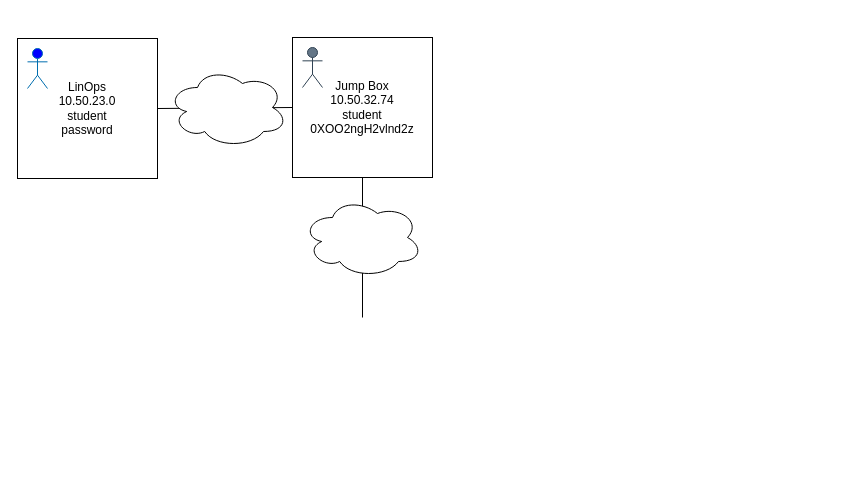
Earlier version of the draw.io diagram page "Page-3" (3 of 5) of Security/Vacca/Security Map.drawio (TheWaltuh/COSC-Notes). Source tidied: cells renumbered, new cells numbered last; positions are measured from the earlier drawing's top-left corner, leaving out a move shared by most shapes. Both pictures are drawn from the tidied source at 100%, with x=0, y=0 at pixel (17, 37).
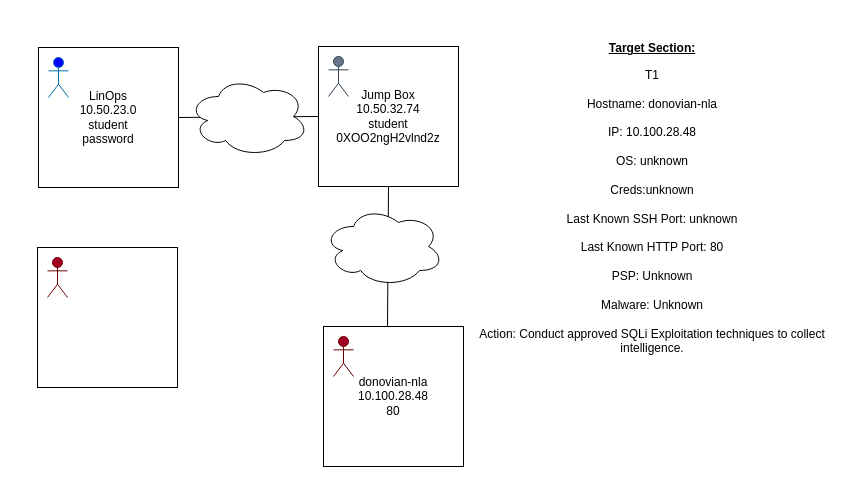
After the change.

Unchanged cells that the change refers to:
```xml
<mxCell id="3" value="&lt;div&gt;LinOps&lt;/div&gt;&lt;div&gt;10.50.23.0&lt;br&gt;&lt;/div&gt;&lt;div&gt;student&lt;/div&gt;&lt;div&gt;password&lt;br&gt;&lt;/div&gt;" style="whiteSpace=wrap;html=1;" parent="2" vertex="1">
  <mxGeometry width="140" height="140" as="geometry" />
</mxCell>
<mxCell id="6" value="&lt;div&gt;Jump Box&lt;br&gt;&lt;/div&gt;&lt;div&gt;10.50.32.74&lt;br&gt;&lt;/div&gt;&lt;div&gt;student&lt;/div&gt;&lt;div&gt;0XOO2ngH2vlnd2z&lt;br&gt;&lt;/div&gt;" style="whiteSpace=wrap;html=1;" parent="5" vertex="1">
  <mxGeometry width="140" height="140" as="geometry" />
</mxCell>
```

Diff of the diagram source:
```diff
@@
+    <mxCell id="12" style="group;" parent="1" vertex="1">
+      <mxGeometry x="21" y="9" width="415" height="280" as="geometry" />
+    </mxCell>
-    <mxCell id="2" style="group;" parent="1" vertex="1">
+    <mxCell id="2" style="group;" parent="12" vertex="1">
       <mxGeometry y="1" width="140" height="140" as="geometry" />
     </mxCell>
@@
-    <mxCell id="5" style="group;" parent="1" vertex="1">
-      <mxGeometry x="275" width="140" height="140" as="geometry" />
+    <mxCell id="5" style="group;" parent="12" vertex="1">
+      <mxGeometry x="280" width="140" height="140" as="geometry" />
     </mxCell>
@@
-    <mxCell id="8" style="endArrow=none;html=1;rounded=0;entryX=0;entryY=0.5;entryDx=0;entryDy=0;exitX=1;exitY=0.5;exitDx=0;exitDy=0;" parent="1" edge="1" source="3" target="6">
+    <mxCell id="8" style="endArrow=none;html=1;rounded=0;entryX=0;entryY=0.5;entryDx=0;entryDy=0;exitX=1;exitY=0.5;exitDx=0;exitDy=0;" parent="12" edge="1" source="3" target="6">
       <mxGeometry relative="1" as="geometry" />
     </mxCell>
-    <mxCell id="9" style="ellipse;shape=cloud;whiteSpace=wrap;html=1;" parent="1" vertex="1">
+    <mxCell id="9" style="ellipse;shape=cloud;whiteSpace=wrap;html=1;" parent="12" vertex="1">
       <mxGeometry x="150" y="30" width="120" height="80" as="geometry" />
     </mxCell>
-    <mxCell id="10" style="endArrow=none;html=1;rounded=0;entryX=0.5;entryY=1;entryDx=0;entryDy=0;" parent="1" edge="1" target="6">
+    <mxCell id="10" style="endArrow=none;html=1;rounded=0;entryX=0.5;entryY=1;entryDx=0;entryDy=0;" parent="12" edge="1" target="6">
       <mxGeometry relative="1" as="geometry">
-        <mxPoint x="345" y="280" as="sourcePoint" />
+        <mxPoint x="349" y="281" as="sourcePoint" />
       </mxGeometry>
     </mxCell>
-    <mxCell id="11" style="ellipse;shape=cloud;whiteSpace=wrap;html=1;" parent="1" vertex="1">
+    <mxCell id="11" style="ellipse;shape=cloud;whiteSpace=wrap;html=1;" parent="12" vertex="1">
       <mxGeometry x="285" y="160" width="120" height="80" as="geometry" />
     </mxCell>
+    <mxCell id="13" style="group;" parent="1" vertex="1">
+      <mxGeometry x="306" y="289" width="140" height="140" as="geometry" />
+    </mxCell>
+    <mxCell id="14" value="&lt;div&gt;donovian-nla&lt;/div&gt;&lt;div&gt;10.100.28.48&lt;br&gt;&lt;/div&gt;&lt;div&gt;80&lt;br&gt;&lt;/div&gt;" style="whiteSpace=wrap;html=1;" parent="13" vertex="1">
+      <mxGeometry width="140" height="140" as="geometry" />
+    </mxCell>
+    <mxCell id="15" style="shape=umlActor;verticalLabelPosition=bottom;verticalAlign=top;html=1;fillColor=#a20025;fontColor=#ffffff;strokeColor=#6F0000;" parent="13" vertex="1">
+      <mxGeometry x="10" y="10" width="20" height="40" as="geometry" />
+    </mxCell>
+    <mxCell id="16" style="group;" parent="1" vertex="1">
+      <mxGeometry x="20" y="210" width="140" height="140" as="geometry" />
+    </mxCell>
+    <mxCell id="17" style="whiteSpace=wrap;html=1;" parent="16" vertex="1">
+      <mxGeometry width="140" height="140" as="geometry" />
+    </mxCell>
+    <mxCell id="18" style="shape=umlActor;verticalLabelPosition=bottom;verticalAlign=top;html=1;fillColor=#a20025;fontColor=#ffffff;strokeColor=#6F0000;" parent="16" vertex="1">
+      <mxGeometry x="10" y="10" width="20" height="40" as="geometry" />
+    </mxCell>
+    <mxCell id="19" value="&lt;p&gt;&lt;b&gt;&lt;u&gt;Target Section:&lt;/u&gt;&lt;/b&gt;&lt;/p&gt;T1 &lt;br&gt;&lt;br/&gt;Hostname: donovian-nla&lt;br&gt;&lt;br/&gt;IP: 10.100.28.48&lt;br&gt;&lt;br/&gt;OS: unknown&lt;br&gt;&lt;br/&gt;Creds:unknown&lt;br&gt;&lt;br/&gt;Last Known SSH Port: unknown&lt;br&gt;&lt;br/&gt;Last Known HTTP Port: 80&lt;br&gt;&lt;br/&gt;PSP: Unknown&lt;br&gt;&lt;br/&gt;Malware: Unknown&lt;br&gt;&lt;br/&gt;Action: Conduct approved SQLi Exploitation techniques to collect intelligence." style="text;html=1;strokeColor=none;fillColor=none;align=center;verticalAlign=middle;whiteSpace=wrap;rounded=0;" parent="1" vertex="1">
+      <mxGeometry x="450" y="-20" width="370" height="350" as="geometry" />
+    </mxCell>
```
